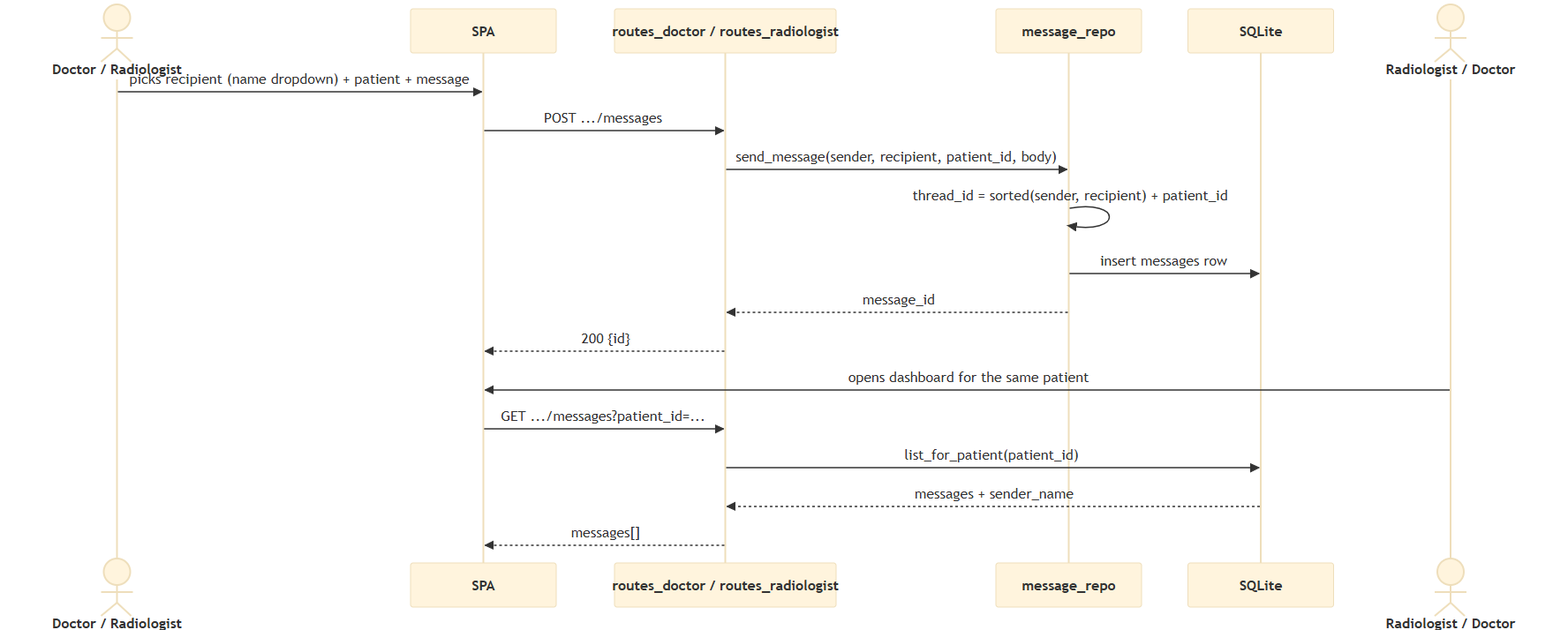
ashishjain25/healthcare keeps this Mermaid diagram as app/docs/architecture-diagrams/seq8-messaging.png. Above is the earlier version. Its source is kept beside it as app/docs/architecture-diagrams/seq8-messaging.mmd.
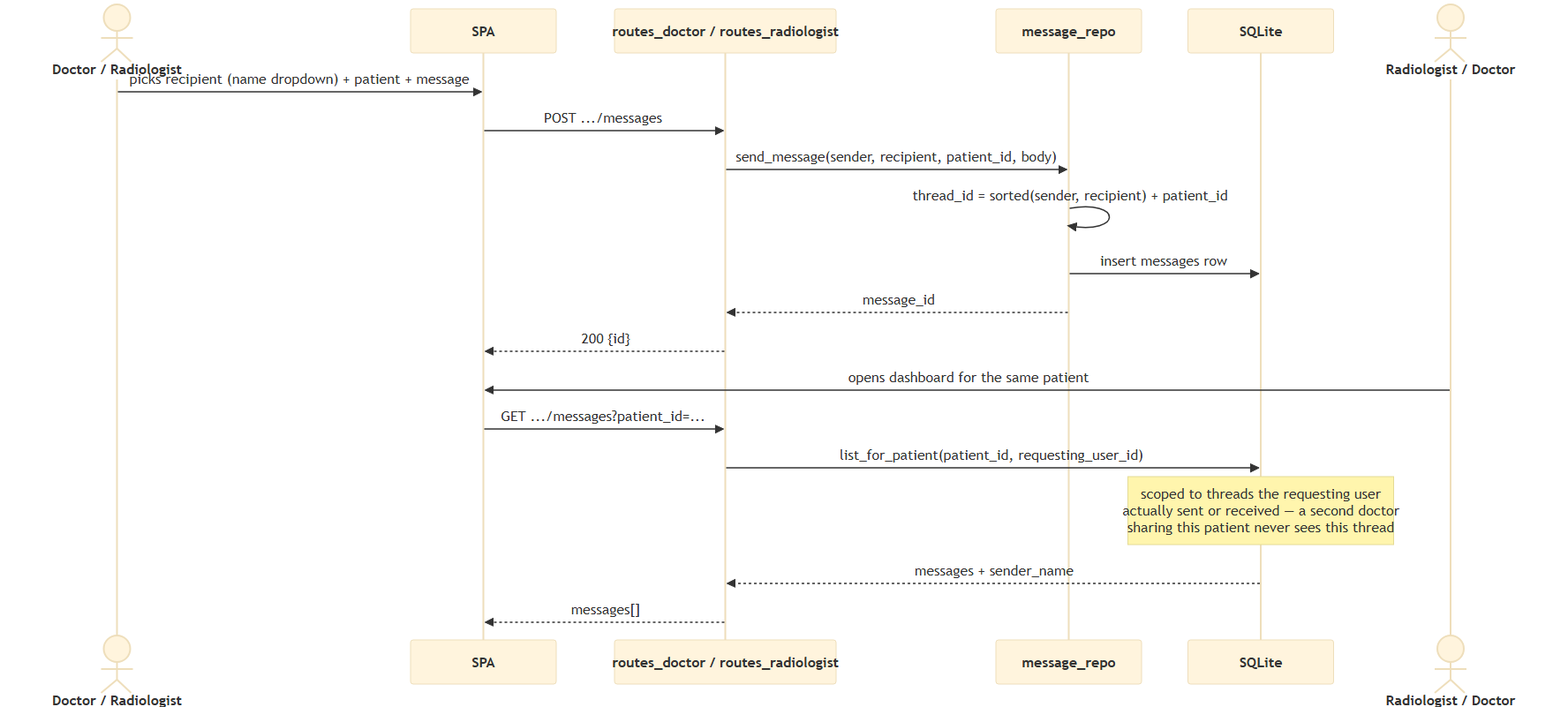
Later version of the same file.

What changed in the source:
```diff
@@ -16,6 +16,7 @@
 
   Recipient->>SPA: opens dashboard for the same patient
   SPA->>API: GET .../messages?patient_id=...
-  API->>DB: list_for_patient(patient_id)
+  API->>DB: list_for_patient(patient_id, requesting_user_id)
+  Note over DB: scoped to threads the requesting user<br/>actually sent or received — a second doctor<br/>sharing this patient never sees this thread
   DB-->>API: messages + sender_name
   API-->>SPA: messages[]
```
